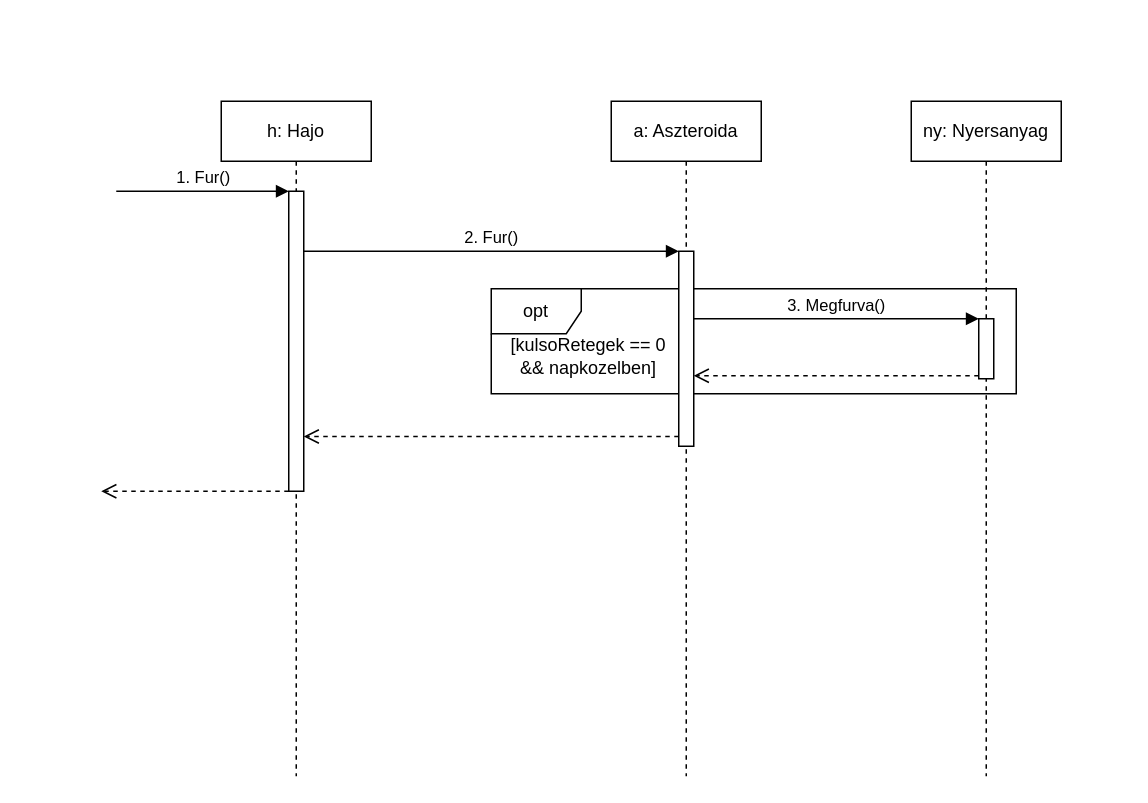
This is doc/uml/ship_drills.drawio from torpeBoiGo/aszteroidabanyaszat, a draw.io file, before an edit. Source tidied: cells renumbered, new cells numbered last; positions are measured from the earlier drawing's top-left corner, leaving out a move shared by most shapes. Both pictures are drawn from the tidied source at 150%, with x=0, y=0 at pixel (100, 100).
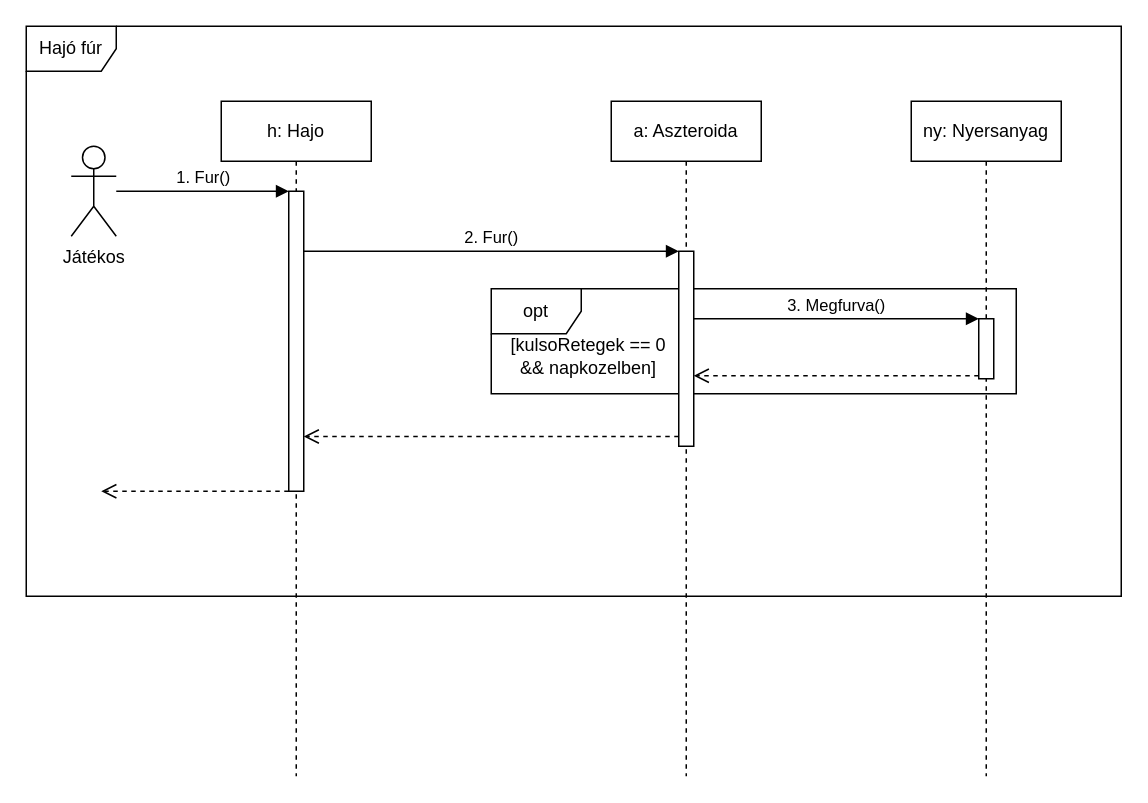
After the change.

Commit message:
keret, aktor

Diff of the diagram source:
```diff
@@
 <mxGraphModel>
   <root>
     <mxCell id="0" />
     <mxCell id="1" parent="0" />
     <mxCell id="2" value="opt" style="shape=umlFrame;whiteSpace=wrap;html=1;" parent="1" vertex="1">
       <mxGeometry x="260" y="125" width="350" height="70" as="geometry" />
     </mxCell>
     <mxCell id="3" value="h: Hajo" style="shape=umlLifeline;perimeter=lifelinePerimeter;whiteSpace=wrap;html=1;" parent="1" vertex="1">
       <mxGeometry x="80" width="100" height="450" as="geometry" />
     </mxCell>
     <mxCell id="4" style="html=1;points=[];perimeter=orthogonalPerimeter;" parent="3" vertex="1">
       <mxGeometry x="45" y="60" width="10" height="200" as="geometry" />
     </mxCell>
     <mxCell id="5" value="1. Fur()" style="html=1;verticalAlign=bottom;endArrow=block;entryX=0;entryY=0;" parent="3" edge="1" target="4">
       <mxGeometry relative="1" as="geometry">
         <mxPoint x="-70" y="60" as="sourcePoint" />
       </mxGeometry>
     </mxCell>
     <mxCell id="6" style="html=1;verticalAlign=bottom;endArrow=open;dashed=1;endSize=8;" parent="3" edge="1" source="4">
       <mxGeometry x="0.24" y="77" relative="1" as="geometry">
         <mxPoint x="-80" y="260" as="targetPoint" />
       </mxGeometry>
     </mxCell>
     <mxCell id="7" value="a: Aszteroida" style="shape=umlLifeline;perimeter=lifelinePerimeter;whiteSpace=wrap;html=1;" parent="1" vertex="1">
       <mxGeometry x="340" width="100" height="450" as="geometry" />
     </mxCell>
     <mxCell id="8" style="html=1;points=[];perimeter=orthogonalPerimeter;" parent="7" vertex="1">
       <mxGeometry x="45" y="100" width="10" height="130" as="geometry" />
     </mxCell>
     <mxCell id="9" value="2. Fur()" style="html=1;verticalAlign=bottom;endArrow=block;entryX=0;entryY=0;" parent="1" edge="1" source="4" target="8">
       <mxGeometry relative="1" as="geometry" />
     </mxCell>
     <mxCell id="10" style="html=1;verticalAlign=bottom;endArrow=open;dashed=1;endSize=8;exitX=0;exitY=0.95;" parent="1" edge="1" source="8" target="4">
       <mxGeometry x="0.02" y="54" relative="1" as="geometry" />
     </mxCell>
     <mxCell id="11" value="ny: Nyersanyag" style="shape=umlLifeline;perimeter=lifelinePerimeter;whiteSpace=wrap;html=1;" parent="1" vertex="1">
       <mxGeometry x="540" width="100" height="450" as="geometry" />
     </mxCell>
     <mxCell id="12" style="html=1;points=[];perimeter=orthogonalPerimeter;" parent="11" vertex="1">
       <mxGeometry x="45" y="145" width="10" height="40" as="geometry" />
     </mxCell>
     <mxCell id="13" value="3. Megfurva()" style="html=1;verticalAlign=bottom;endArrow=block;entryX=0;entryY=0;" parent="1" edge="1" source="8" target="12">
       <mxGeometry relative="1" as="geometry" />
     </mxCell>
     <mxCell id="14" style="html=1;verticalAlign=bottom;endArrow=open;dashed=1;endSize=8;exitX=0;exitY=0.95;" parent="1" edge="1" source="12" target="8">
       <mxGeometry x="-0.09" y="52" relative="1" as="geometry" />
     </mxCell>
     <mxCell id="15" value="[kulsoRetegek == 0 &amp;amp;&amp;amp; napkozelben]" style="text;html=1;strokeColor=none;fillColor=none;align=center;verticalAlign=middle;whiteSpace=wrap;rounded=0;" parent="1" vertex="1">
       <mxGeometry x="270" y="160" width="110" height="20" as="geometry" />
     </mxCell>
+    <mxCell id="16" value="Játékos" style="shape=umlActor;verticalLabelPosition=bottom;verticalAlign=top;html=1;" parent="1" vertex="1">
+      <mxGeometry x="-20" y="30" width="30" height="60" as="geometry" />
+    </mxCell>
+    <mxCell id="17" value="Hajó fúr" style="shape=umlFrame;whiteSpace=wrap;html=1;" parent="1" vertex="1">
+      <mxGeometry x="-50" y="-50" width="730" height="380" as="geometry" />
+    </mxCell>
   </root>
 </mxGraphModel>
```
